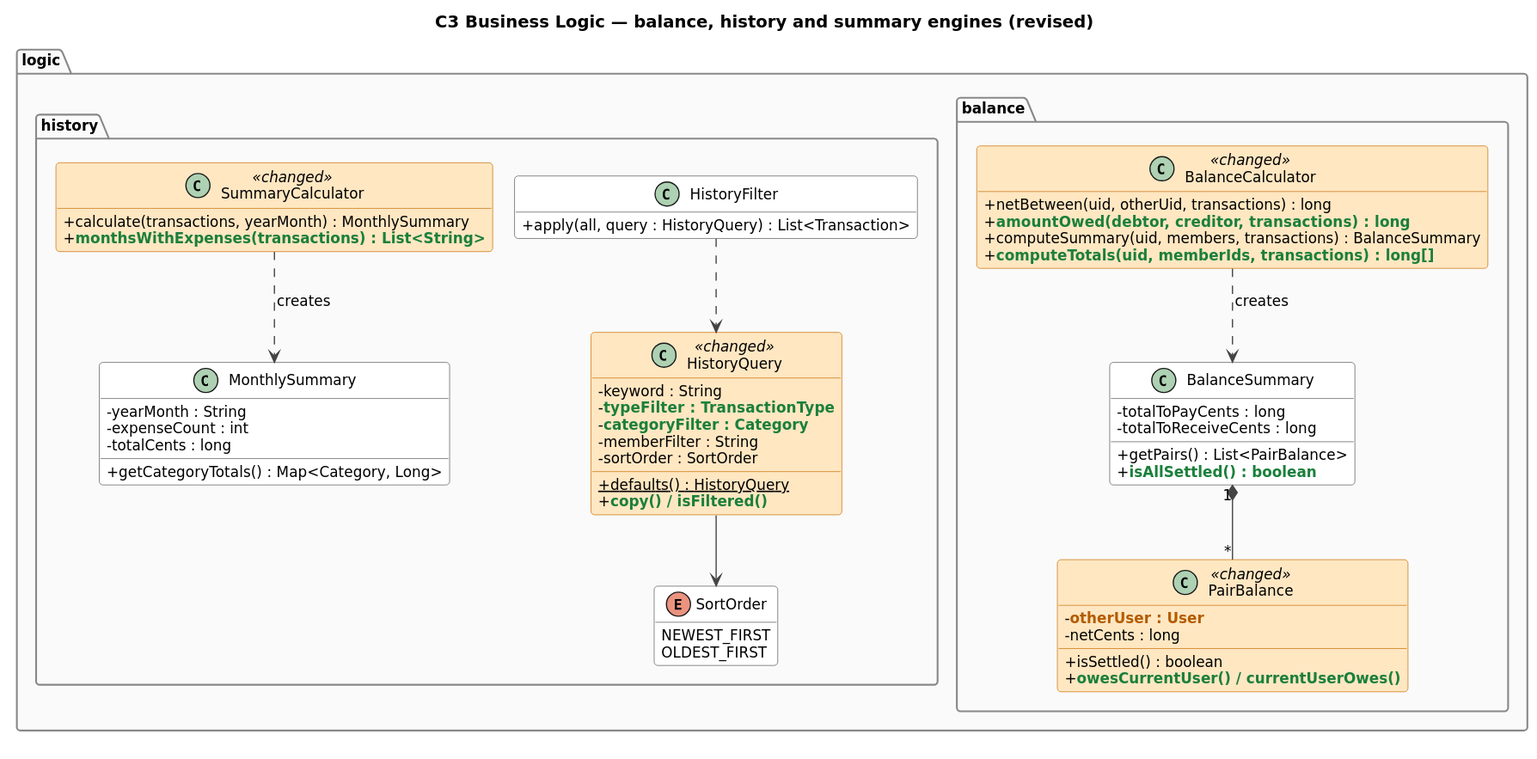
The PlantUML diagram docs/diagrams/class-c3-balance-history.svg in AuxDevarapalli/CSCI310-Project, before a commit. Source of this version:
```plantuml
@startuml
!pragma layout smetana
!include style.iuml
skinparam classAttributeIconSize 0
hide empty members
title C3 Business Logic — balance, history and summary engines (revised)

package "logic.balance" {
  class BalanceCalculator <<changed>> {
    +netBetween(uid, otherUid, transactions) : long
    +NEW(amountOwed(debtor, creditor, transactions) : long)
    +computeSummary(uid, members, transactions) : BalanceSummary
    +NEW(computeTotals(uid, memberIds, transactions) : long[])
  }
  class BalanceSummary {
    -totalToPayCents : long
    -totalToReceiveCents : long
    +getPairs() : List<PairBalance>
    +NEW(isAllSettled() : boolean)
  }
  class PairBalance <<changed>> {
    -CHG(otherUser : User)
    -netCents : long
    +isSettled() : boolean
    +NEW(owesCurrentUser() / currentUserOwes())
  }
}

package "logic.history" {
  class HistoryFilter {
    +apply(all, query : HistoryQuery) : List<Transaction>
  }
  class HistoryQuery <<changed>> {
    -keyword : String
    -NEW(typeFilter : TransactionType)
    -NEW(categoryFilter : Category)
    -memberFilter : String
    -sortOrder : SortOrder
    +{static} defaults() : HistoryQuery
    +NEW(copy() / isFiltered())
  }
  enum SortOrder {
    NEWEST_FIRST
    OLDEST_FIRST
  }
  class SummaryCalculator <<changed>> {
    +calculate(transactions, yearMonth) : MonthlySummary
    +NEW(monthsWithExpenses(transactions) : List<String>)
  }
  class MonthlySummary {
    -yearMonth : String
    -expenseCount : int
    -totalCents : long
    +getCategoryTotals() : Map<Category, Long>
  }
}

BalanceCalculator ..> BalanceSummary : creates
BalanceSummary "1" *-- "*" PairBalance
HistoryFilter ..> HistoryQuery
HistoryQuery --> SortOrder
SummaryCalculator ..> MonthlySummary : creates
@enduml
```
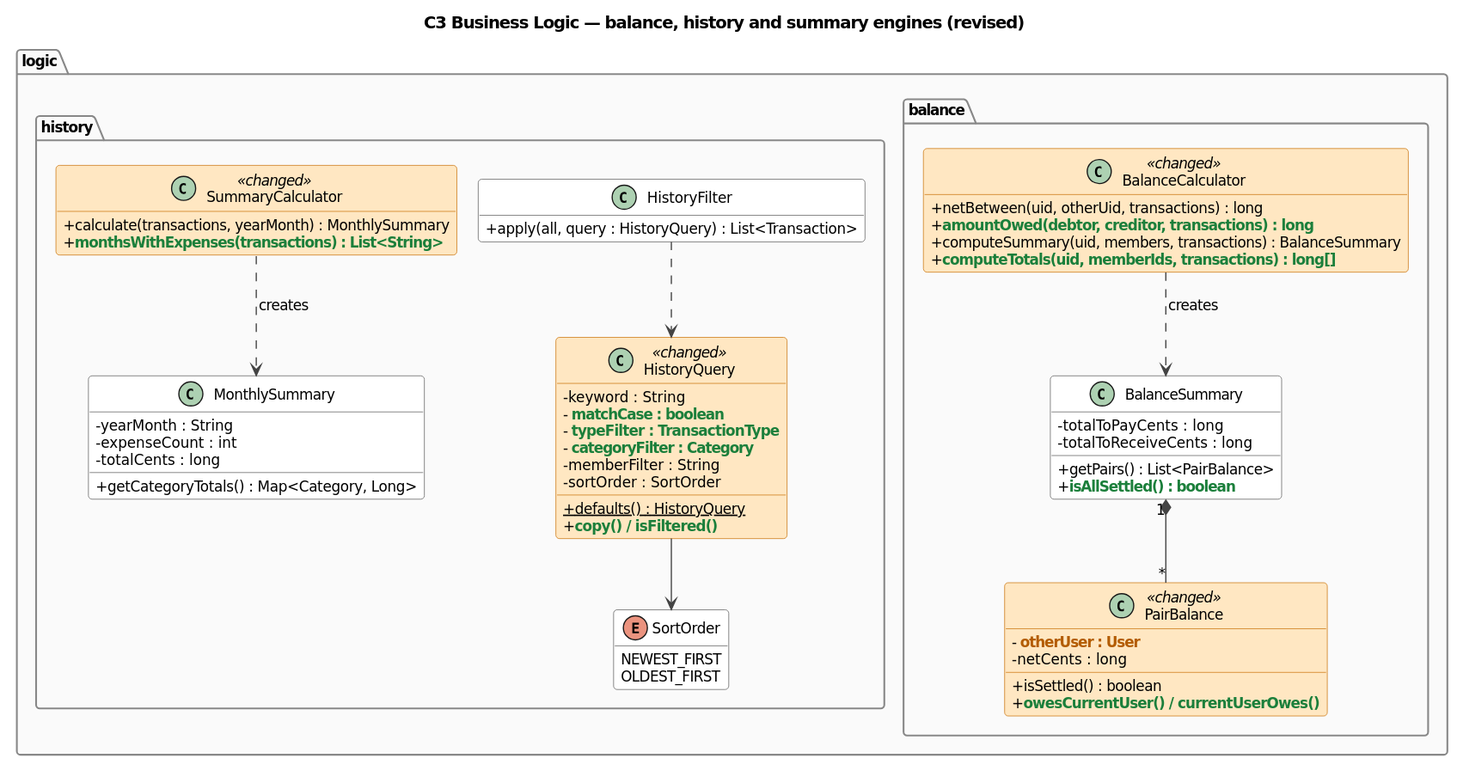
After the change.

The edit, as a diff of the source:
```diff
@@ -32,6 +32,7 @@
   }
   class HistoryQuery <<changed>> {
     -keyword : String
+    -NEW(matchCase : boolean)
     -NEW(typeFilter : TransactionType)
     -NEW(categoryFilter : Category)
     -memberFilter : String
```
